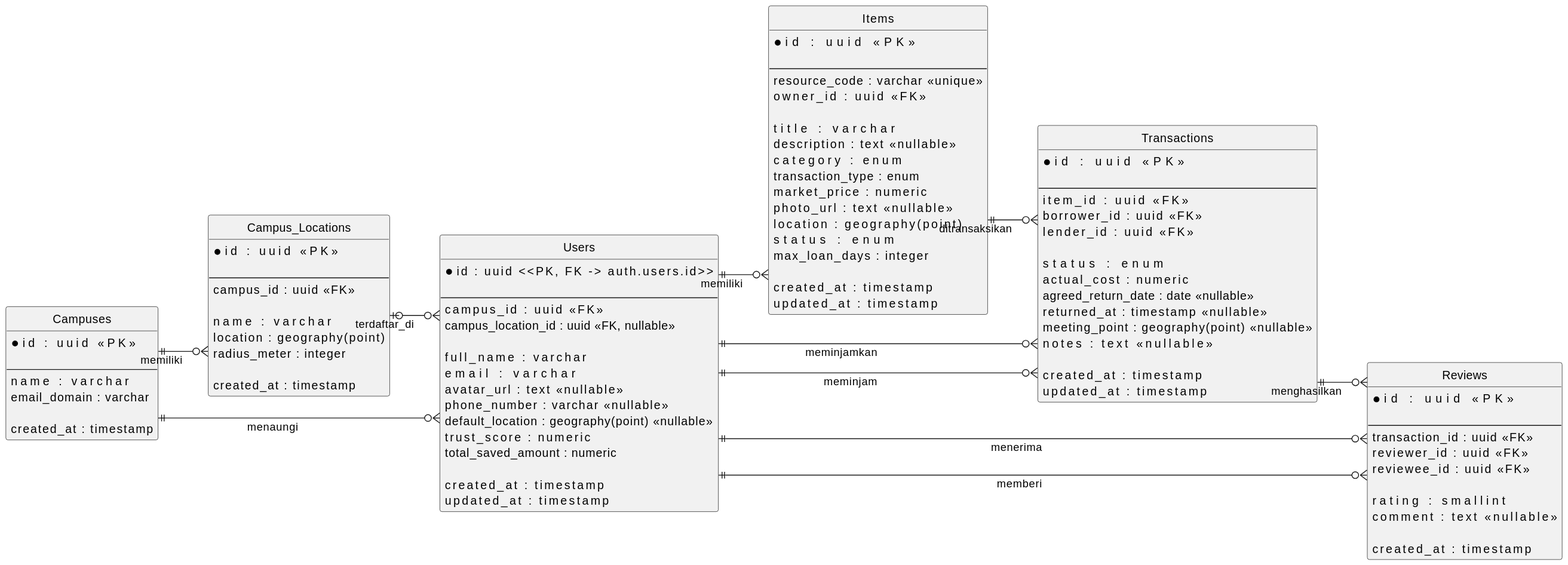
The PlantUML diagram out/note/ERD/ShareKampus_ERD.svg in FathRq/ShareKampus, before a commit. Source of this version:
```plantuml
@startuml
left to right direction
hide circle
skinparam linetype ortho
skinparam entity {
    BackgroundColor #F8F8F8
    BorderColor Black
}

entity "Campuses" as campuses {
    *id            : uuid <<PK>>

    --
    name           : varchar
    email_domain   : varchar

    created_at     : timestamp
}

entity "Campus_Locations" as campus_locations {
    *id            : uuid <<PK>>

    --
    campus_id      : uuid <<FK>>

    name           : varchar
    location       : geography(point)
    radius_meter   : integer

    created_at     : timestamp
}

entity "Users" as users {
    *id                 : uuid <<PK, FK -> auth.users.id>>

    --
    campus_id           : uuid <<FK>>
    campus_location_id  : uuid <<FK, nullable>>

    full_name           : varchar
    email               : varchar
    avatar_url          : text <<nullable>>
    phone_number        : varchar <<nullable>>
    default_location    : geography(point) <<nullable>>
    trust_score         : numeric
    total_saved_amount  : numeric

    created_at          : timestamp
    updated_at          : timestamp
}

entity "Items" as items {
    *id                 : uuid <<PK>>

    --
    resource_code       : varchar <<unique>>
    owner_id            : uuid <<FK>>

    title               : varchar
    description         : text <<nullable>>
    category            : enum
    transaction_type    : enum
    market_price        : numeric
    photo_url           : text <<nullable>>
    location            : geography(point)
    status              : enum
    max_loan_days       : integer

    created_at          : timestamp
    updated_at          : timestamp
}

entity "Transactions" as transactions {
    *id                 : uuid <<PK>>

    --
    item_id             : uuid <<FK>>
    borrower_id         : uuid <<FK>>
    lender_id           : uuid <<FK>>

    status              : enum
    actual_cost         : numeric
    agreed_return_date  : date <<nullable>>
    returned_at         : timestamp <<nullable>>
    meeting_point       : geography(point) <<nullable>>
    notes               : text <<nullable>>

    created_at          : timestamp
    updated_at          : timestamp
}

entity "Reviews" as reviews {
    *id                 : uuid <<PK>>

    --
    transaction_id      : uuid <<FK>>
    reviewer_id         : uuid <<FK>>
    reviewee_id         : uuid <<FK>>

    rating              : smallint
    comment             : text <<nullable>>

    created_at          : timestamp
}


campuses ||--o{ users : menaungi

campuses ||--o{ campus_locations : memiliki

campus_locations |o--o{ users : terdaftar_di

users ||--o{ items : memiliki

users ||--o{ transactions : meminjam

users ||--o{ transactions : meminjamkan

items ||--o{ transactions : ditransaksikan

transactions ||--o{ reviews : menghasilkan

users ||--o{ reviews : memberi

users ||--o{ reviews : menerima
@enduml
```
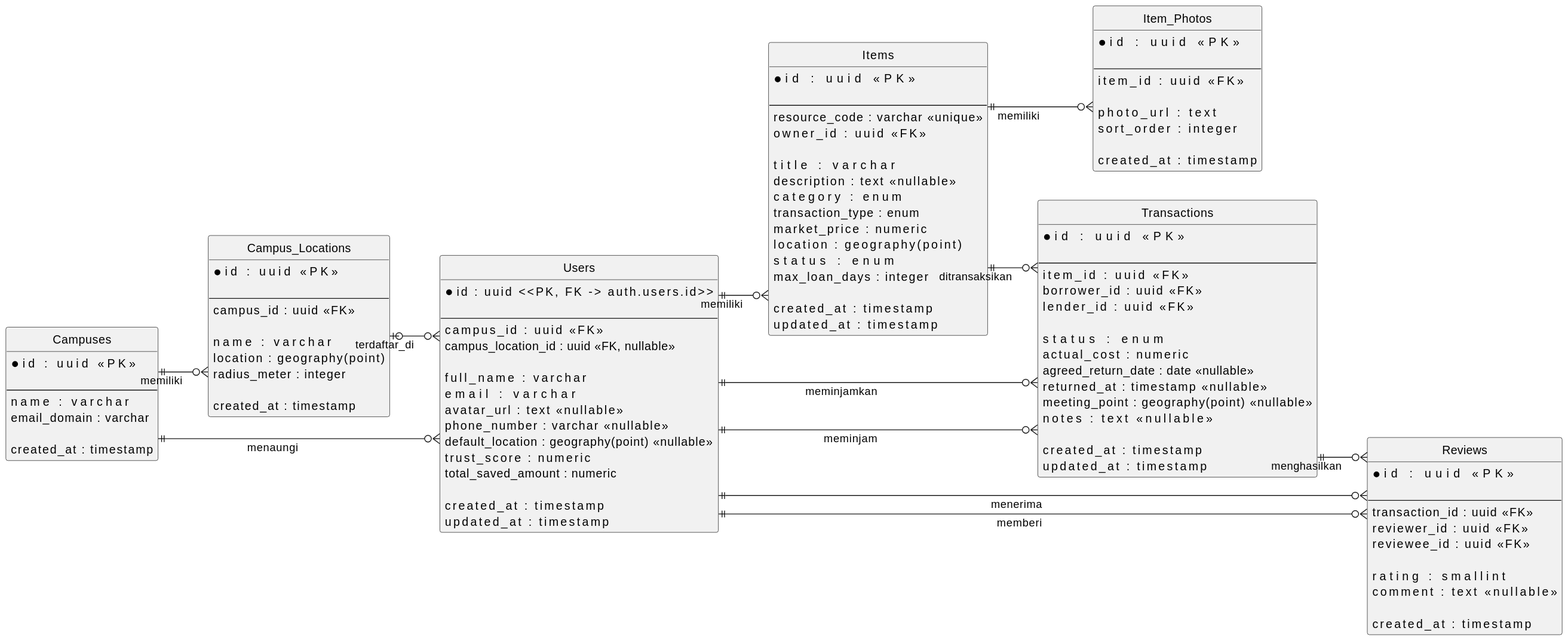
After the commit.

Commit message:
ERD and Userflow

Change to the diagram source:
```diff
@@ -61,13 +61,24 @@
     category            : enum
     transaction_type    : enum
     market_price        : numeric
-    photo_url           : text <<nullable>>
     location            : geography(point)
     status              : enum
     max_loan_days       : integer
 
     created_at          : timestamp
     updated_at          : timestamp
+}
+
+entity "Item_Photos" as item_photos {
+    *id                 : uuid <<PK>>
+
+    --
+    item_id             : uuid <<FK>>
+
+    photo_url           : text
+    sort_order          : integer
+
+    created_at          : timestamp
 }
 
 entity "Transactions" as transactions {
@@ -112,6 +123,8 @@
 
 users ||--o{ items : memiliki
 
+items ||--o{ item_photos : memiliki
+
 users ||--o{ transactions : meminjam
 
 users ||--o{ transactions : meminjamkan
```
